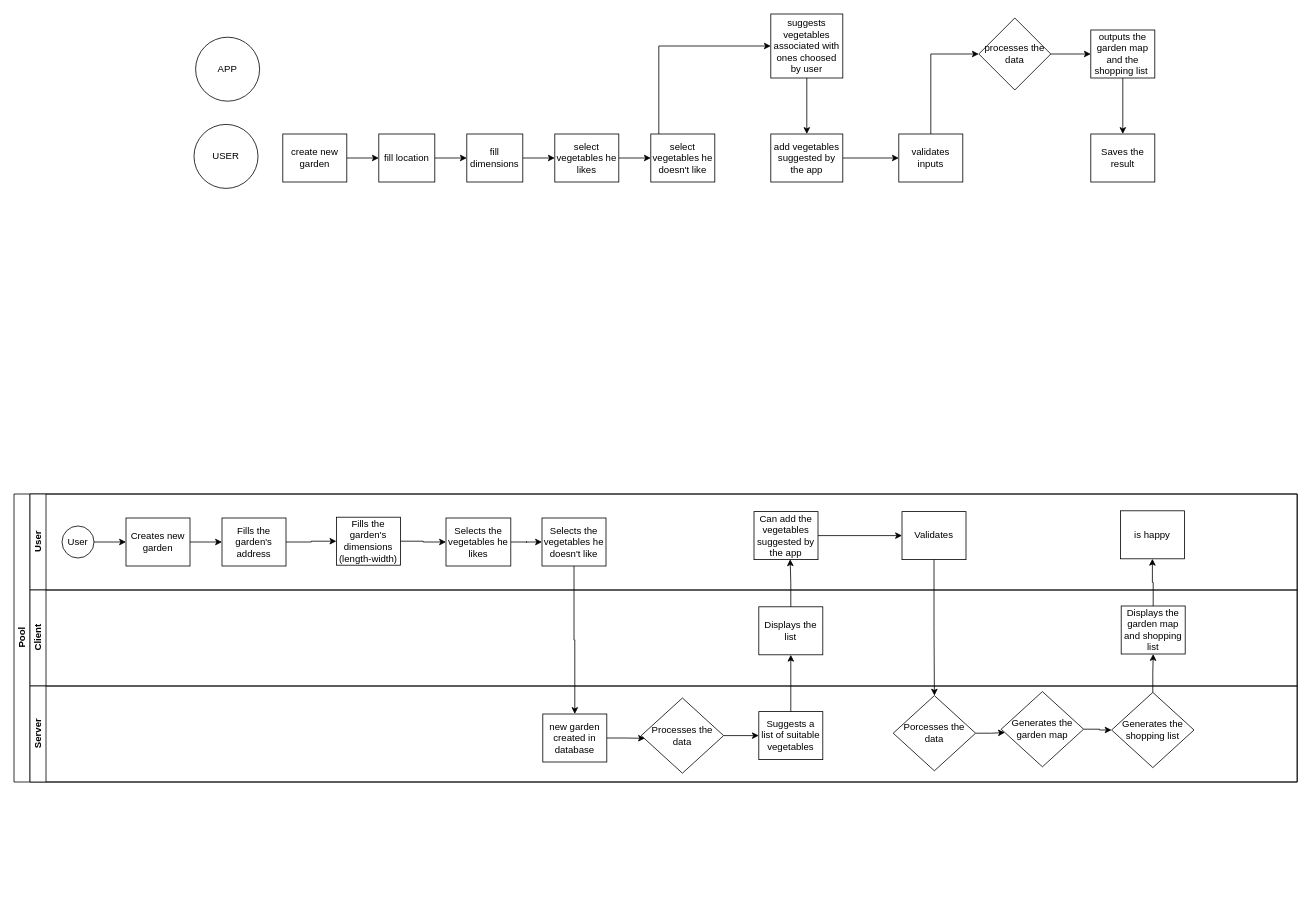
The draw.io diagram EasyGarden principle.drawio in brice2112/easygarden, before the edit. Source tidied: cells renumbered, new cells numbered last; positions are measured from the earlier drawing's top-left corner, leaving out a move shared by most shapes. Both pictures are drawn from the tidied source at 80%, with x=0, y=0 at pixel (14, 14).
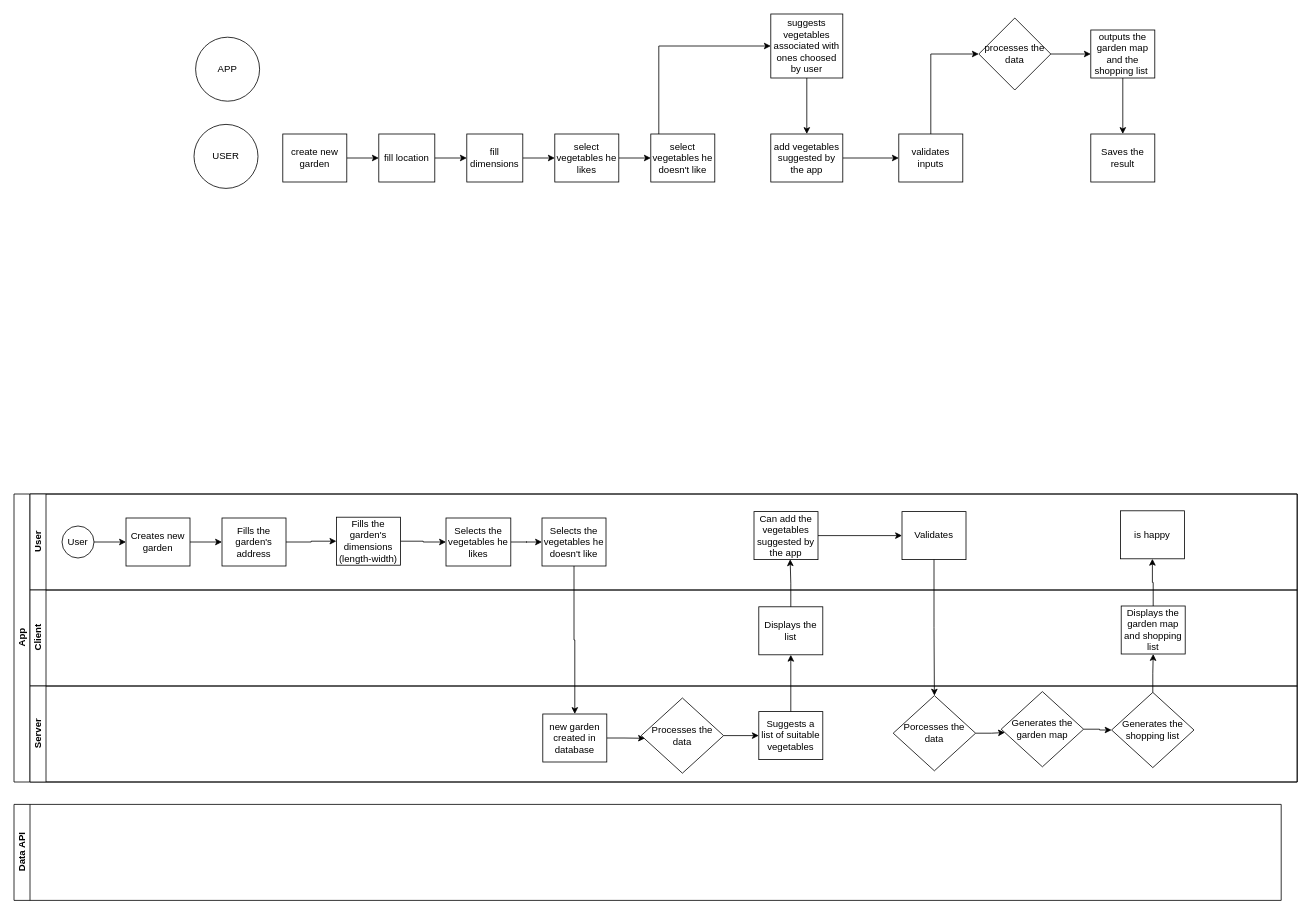
After the change.

Commit message (it also covers changes not shown here):
Mettre à jour EasyGarden principle.drawio

What changed in the source:
```diff
@@
-    <mxCell id="2" value="Pool" style="swimlane;html=1;horizontal=0;startSize=20;" parent="1" vertex="1">
+    <mxCell id="2" value="App" style="swimlane;html=1;horizontal=0;startSize=20;" parent="1" vertex="1">
       <mxGeometry y="600" width="1604" height="360" as="geometry" />
     </mxCell>
@@
+    <mxCell id="62" value="Data API" style="swimlane;html=1;startSize=20;horizontal=0;" parent="1" vertex="1">
+      <mxGeometry y="988" width="1584" height="120" as="geometry" />
+    </mxCell>
```
